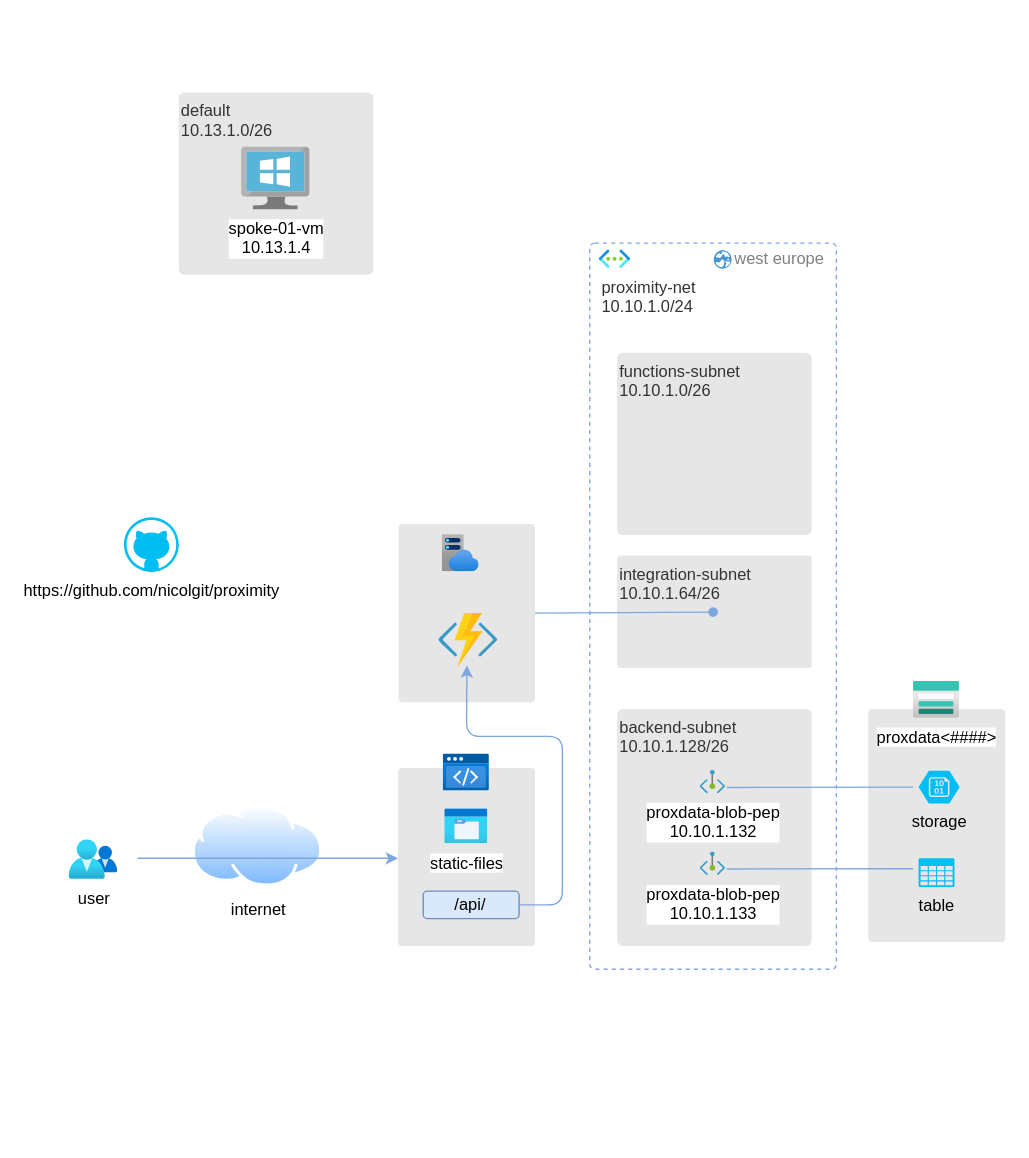
nicolgit/proximity keeps this draw.io diagram as deployment/architecture.drawio. Above is the earlier version. Source tidied: cells renumbered, new cells numbered last; positions are measured from the earlier drawing's top-left corner, leaving out a move shared by most shapes. Both pictures are drawn from the tidied source at 137%, with x=0, y=0 at pixel (68, 92).
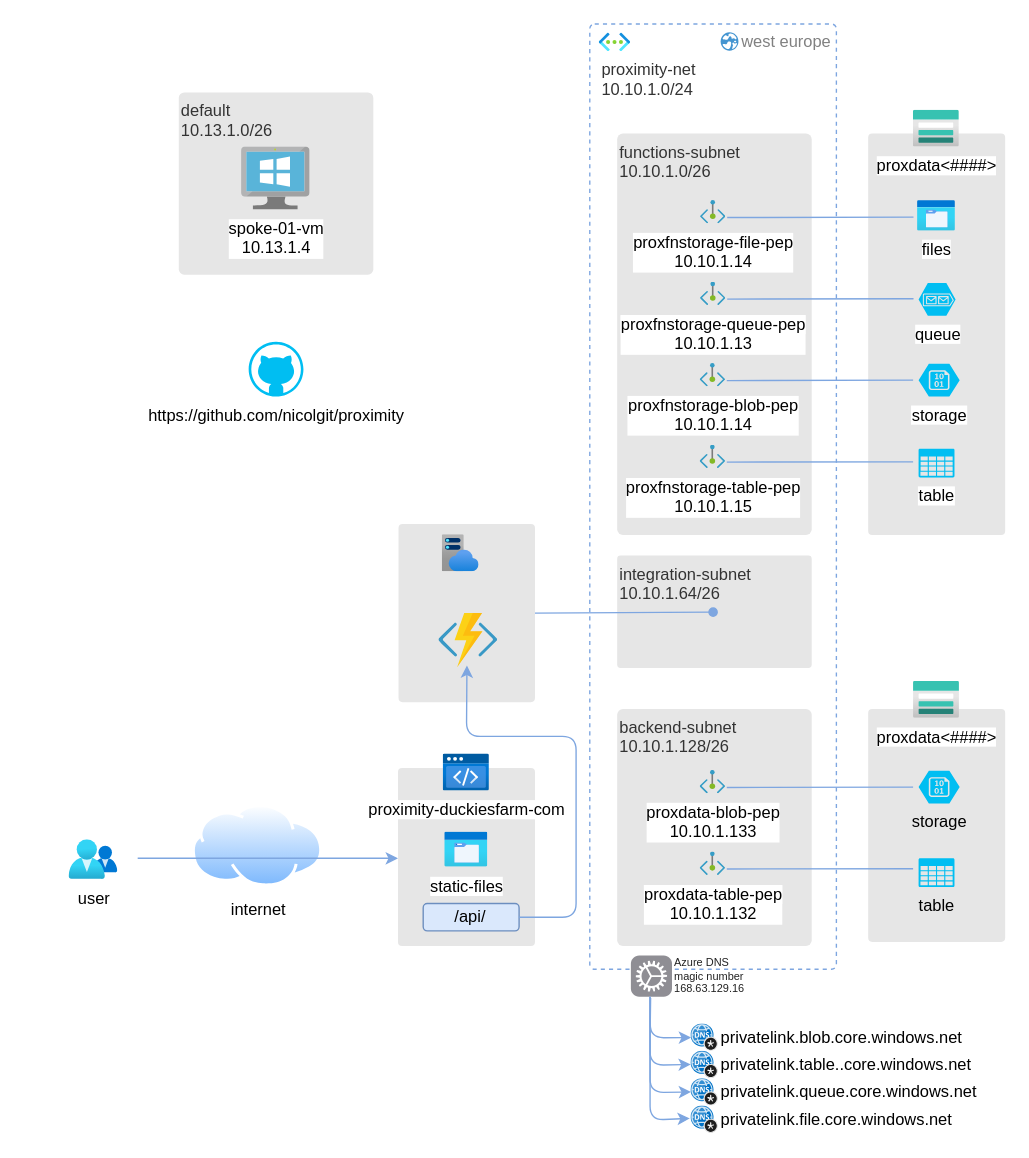
Above is the later version.

Commit message (it also covers changes not shown here):
architecture and deployment

Unchanged cells that the change refers to:
```xml
<mxCell id="14" style="image;sketch=0;html=1;points=[];align=center;fontSize=12;image=img/lib/mscae/Functions.svg;" parent="1" vertex="1">
  <mxGeometry x="270" y="380.5" width="42.9" height="39.5" as="geometry" />
</mxCell>
```

Diff of the diagram source:
```diff
@@
     <mxCell id="5" style="rounded=1;whiteSpace=wrap;html=1;fontSize=16;dashed=1;strokeColor=#7EA6E0;arcSize=2;fontFamily=Helvetica;" parent="1" vertex="1">
-      <mxGeometry x="380" y="110" width="180" height="530" as="geometry" />
+      <mxGeometry x="380" y="-50" width="180" height="690" as="geometry" />
     </mxCell>
     <mxCell id="6" value="proximity-net&lt;br&gt;10.10.1.0/24" style="html=1;align=left;image;fontSize=12;image=img/lib/azure2/networking/Virtual_Networks.svg;fontColor=#333333;fontFamily=Helvetica;" parent="1" vertex="1">
-      <mxGeometry x="387" y="115" width="23" height="13.7" as="geometry" />
+      <mxGeometry x="387" y="-43.2" width="23" height="13.7" as="geometry" />
     </mxCell>
     <mxCell id="7" value="functions-subnet&lt;br&gt;10.10.1.0/26" style="rounded=1;whiteSpace=wrap;html=1;fontSize=12;arcSize=3;strokeColor=none;fillColor=#E6E6E6;align=left;verticalAlign=top;fontColor=#333333;fontFamily=Helvetica;" parent="1" vertex="1">
-      <mxGeometry x="400" y="190" width="142" height="133" as="geometry" />
+      <mxGeometry x="400" y="30" width="142" height="293" as="geometry" />
     </mxCell>
@@
     <mxCell id="11" value="west europe" style="shadow=0;dashed=0;html=1;strokeColor=none;fillColor=#4495D1;labelPosition=right;verticalLabelPosition=middle;verticalAlign=middle;align=left;shape=mxgraph.veeam.globe;fontSize=12;fontColor=#808080;direction=south;rotation=0;fontFamily=Helvetica;" parent="1" vertex="1">
-      <mxGeometry x="470.5" y="115.2" width="13" height="13.5" as="geometry" />
+      <mxGeometry x="475.5" y="-44" width="13" height="13.5" as="geometry" />
     </mxCell>
@@
-    <mxCell id="16" style="image;html=1;align=center;fontSize=12;image=img/lib/azure2/preview/Static_Apps.svg;" parent="1" vertex="1">
+    <mxCell id="16" value="proximity-duckiesfarm-com" style="image;html=1;align=center;fontSize=12;image=img/lib/azure2/preview/Static_Apps.svg;" parent="1" vertex="1">
       <mxGeometry x="273.1" y="483" width="33.8" height="27" as="geometry" />
     </mxCell>
     <mxCell id="17" value="static-files" style="image;html=1;align=center;fontSize=12;image=img/lib/azure2/general/Storage_Azure_Files.svg;" parent="1" vertex="1">
-      <mxGeometry x="274.3" y="523" width="31.4" height="25.6" as="geometry" />
+      <mxGeometry x="274.3" y="540" width="31.4" height="25.6" as="geometry" />
     </mxCell>
     <mxCell id="18" value="/api/" style="rounded=1;whiteSpace=wrap;html=1;fillColor=#dae8fc;strokeColor=#6c8ebf;" parent="1" vertex="1">
-      <mxGeometry x="258.4" y="583" width="70" height="20" as="geometry" />
+      <mxGeometry x="258.4" y="592" width="70" height="20" as="geometry" />
     </mxCell>
@@
     <mxCell id="23" style="endArrow=classic;html=1;rounded=1;entryX=0.474;entryY=0.956;entryDx=0;entryDy=0;entryPerimeter=0;curved=0;strokeColor=#7EA6E0;exitX=1;exitY=0.5;exitDx=0;exitDy=0;" parent="1" edge="1" source="18" target="14">
       <mxGeometry relative="1" as="geometry">
         <Array as="points">
-          <mxPoint x="360" y="593" />
-          <mxPoint x="360" y="470" />
+          <mxPoint x="370" y="602" />
+          <mxPoint x="370" y="470" />
           <mxPoint x="290" y="470" />
         </Array>
       </mxGeometry>
     </mxCell>
@@
-    <mxCell id="27" value="&lt;div&gt;proxdata-blob-pep&lt;/div&gt;&lt;div&gt;10.10.1.132&lt;/div&gt;" style="image;html=1;align=center;fontSize=12;image=img/lib/azure2/networking/Private_Endpoint.svg;" parent="1" vertex="1">
+    <mxCell id="27" value="&lt;div&gt;proxdata-blob-pep&lt;/div&gt;&lt;div&gt;10.10.1.133&lt;/div&gt;" style="image;html=1;align=center;fontSize=12;image=img/lib/azure2/networking/Private_Endpoint.svg;" parent="1" vertex="1">
       <mxGeometry x="460.7" y="495" width="18.5" height="17" as="geometry" />
     </mxCell>
@@
-    <mxCell id="29" value="&lt;div&gt;&lt;span style=&quot;background-color: light-dark(#ffffff, var(--ge-dark-color, #121212)); color: light-dark(rgb(0, 0, 0), rgb(255, 255, 255));&quot;&gt;proxdata-blob-pep&lt;/span&gt;&lt;/div&gt;&lt;div&gt;10.10.1.133&lt;/div&gt;" style="image;html=1;align=center;fontSize=12;image=img/lib/azure2/networking/Private_Endpoint.svg;" parent="1" vertex="1">
+    <mxCell id="29" value="&lt;div&gt;&lt;span style=&quot;background-color: light-dark(#ffffff, var(--ge-dark-color, #121212)); color: light-dark(rgb(0, 0, 0), rgb(255, 255, 255));&quot;&gt;proxdata-table-pep&lt;/span&gt;&lt;/div&gt;&lt;div&gt;10.10.1.132&lt;/div&gt;" style="image;html=1;align=center;fontSize=12;image=img/lib/azure2/networking/Private_Endpoint.svg;" parent="1" vertex="1">
       <mxGeometry x="460.7" y="554.6" width="18.5" height="17" as="geometry" />
     </mxCell>
@@
     <mxCell id="31" value="&lt;div&gt;&lt;span style=&quot;background-color: transparent; color: light-dark(rgb(0, 0, 0), rgb(255, 255, 255));&quot;&gt;https://github.com/nicolgit/proximity&lt;/span&gt;&lt;/div&gt;" style="verticalLabelPosition=bottom;html=1;verticalAlign=top;align=center;strokeColor=none;fillColor=#00BEF2;shape=mxgraph.azure.github_code;labelPosition=center;" parent="1" vertex="1">
-      <mxGeometry x="40" y="310" width="40" height="40" as="geometry" />
+      <mxGeometry x="131" y="182" width="40" height="40" as="geometry" />
     </mxCell>
+    <mxCell id="32" style="rounded=1;whiteSpace=wrap;html=1;fontSize=12;arcSize=3;strokeColor=none;fillColor=#E6E6E6;align=left;verticalAlign=top;fontColor=#333333;fontFamily=Helvetica;" parent="1" vertex="1">
+      <mxGeometry x="583.2" y="30" width="100" height="293" as="geometry" />
+    </mxCell>
+    <mxCell id="33" value="table" style="verticalLabelPosition=bottom;html=1;verticalAlign=top;align=center;strokeColor=none;fillColor=#00BEF2;shape=mxgraph.azure.storage;labelBackgroundColor=default;" parent="1" vertex="1">
+      <mxGeometry x="620" y="260" width="26.2" height="21" as="geometry" />
+    </mxCell>
+    <mxCell id="34" value="storage" style="verticalLabelPosition=bottom;html=1;verticalAlign=top;align=center;strokeColor=none;fillColor=#00BEF2;shape=mxgraph.azure.storage_blob;labelBackgroundColor=default;" parent="1" vertex="1">
+      <mxGeometry x="620" y="198" width="30" height="24" as="geometry" />
+    </mxCell>
+    <mxCell id="35" value="proxdata&amp;lt;####&amp;gt;" style="image;html=1;align=center;fontSize=12;image=img/lib/azure2/storage/Storage_Accounts.svg;" parent="1" vertex="1">
+      <mxGeometry x="616.3" y="13.1" width="33.6" height="26.9" as="geometry" />
+    </mxCell>
+    <mxCell id="36" value="&lt;div&gt;proxfnstorage-blob-pep&lt;/div&gt;&lt;div&gt;10.10.1.14&lt;/div&gt;" style="image;html=1;align=center;fontSize=12;image=img/lib/azure2/networking/Private_Endpoint.svg;" parent="1" vertex="1">
+      <mxGeometry x="460.7" y="198" width="18.5" height="17" as="geometry" />
+    </mxCell>
+    <mxCell id="37" style="endArrow=none;html=1;rounded=1;curved=0;strokeColor=#7EA6E0;exitX=0.493;exitY=0.451;exitDx=0;exitDy=0;endFill=0;exitPerimeter=0;" parent="1" edge="1">
+      <mxGeometry relative="1" as="geometry">
+        <mxPoint x="480" y="210.3" as="sourcePoint" />
+        <mxPoint x="616" y="210" as="targetPoint" />
+      </mxGeometry>
+    </mxCell>
+    <mxCell id="38" value="&lt;div&gt;&lt;span style=&quot;background-color: light-dark(#ffffff, var(--ge-dark-color, #121212)); color: light-dark(rgb(0, 0, 0), rgb(255, 255, 255));&quot;&gt;proxfnstorage-table-pep&lt;/span&gt;&lt;/div&gt;&lt;div&gt;10.10.1.15&lt;/div&gt;" style="image;html=1;align=center;fontSize=12;image=img/lib/azure2/networking/Private_Endpoint.svg;" parent="1" vertex="1">
+      <mxGeometry x="460.7" y="257.6" width="18.5" height="17" as="geometry" />
+    </mxCell>
+    <mxCell id="39" style="endArrow=none;html=1;rounded=1;curved=0;strokeColor=#7EA6E0;exitX=0.493;exitY=0.451;exitDx=0;exitDy=0;endFill=0;exitPerimeter=0;" parent="1" edge="1">
+      <mxGeometry relative="1" as="geometry">
+        <mxPoint x="480" y="269.8" as="sourcePoint" />
+        <mxPoint x="616" y="269.6" as="targetPoint" />
+      </mxGeometry>
+    </mxCell>
+    <mxCell id="40" value="queue" style="verticalLabelPosition=bottom;html=1;verticalAlign=top;align=center;strokeColor=none;fillColor=#00BEF2;shape=mxgraph.azure.storage_queue;labelBackgroundColor=default;" parent="1" vertex="1">
+      <mxGeometry x="620" y="139" width="27" height="24" as="geometry" />
+    </mxCell>
+    <mxCell id="41" value="files" style="image;html=1;align=center;fontSize=12;image=img/lib/azure2/general/Storage_Azure_Files.svg;" parent="1" vertex="1">
+      <mxGeometry x="619.4" y="79" width="27.6" height="22.4" as="geometry" />
+    </mxCell>
+    <mxCell id="42" value="&lt;div&gt;proxfnstorage-file-pep&lt;/div&gt;&lt;div&gt;10.10.1.14&lt;/div&gt;" style="image;html=1;align=center;fontSize=12;image=img/lib/azure2/networking/Private_Endpoint.svg;" parent="1" vertex="1">
+      <mxGeometry x="461" y="79" width="18.5" height="17" as="geometry" />
+    </mxCell>
+    <mxCell id="43" style="endArrow=none;html=1;rounded=1;curved=0;strokeColor=#7EA6E0;exitX=0.493;exitY=0.451;exitDx=0;exitDy=0;endFill=0;exitPerimeter=0;" parent="1" edge="1">
+      <mxGeometry relative="1" as="geometry">
+        <mxPoint x="480.3" y="91.3" as="sourcePoint" />
+        <mxPoint x="616.3" y="91" as="targetPoint" />
+      </mxGeometry>
+    </mxCell>
+    <mxCell id="44" value="&lt;div&gt;&lt;span style=&quot;background-color: light-dark(#ffffff, var(--ge-dark-color, #121212)); color: light-dark(rgb(0, 0, 0), rgb(255, 255, 255));&quot;&gt;proxfnstorage-queue-pep&lt;/span&gt;&lt;/div&gt;&lt;div&gt;10.10.1.13&lt;/div&gt;" style="image;html=1;align=center;fontSize=12;image=img/lib/azure2/networking/Private_Endpoint.svg;" parent="1" vertex="1">
+      <mxGeometry x="461" y="138.6" width="18.5" height="17" as="geometry" />
+    </mxCell>
+    <mxCell id="45" style="endArrow=none;html=1;rounded=1;curved=0;strokeColor=#7EA6E0;exitX=0.493;exitY=0.451;exitDx=0;exitDy=0;endFill=0;exitPerimeter=0;" parent="1" edge="1">
+      <mxGeometry relative="1" as="geometry">
+        <mxPoint x="480.3" y="150.8" as="sourcePoint" />
+        <mxPoint x="616.3" y="150.6" as="targetPoint" />
+      </mxGeometry>
+    </mxCell>
+    <mxCell id="46" value="privatelink.blob.core.windows.net" style="image;sketch=0;html=1;points=[];align=left;fontSize=12;image=img/lib/mscae/DNS_Private_Zones.svg;labelPosition=right;verticalLabelPosition=middle;verticalAlign=middle;" parent="1" vertex="1">
+      <mxGeometry x="454" y="680" width="20" height="20" as="geometry" />
+    </mxCell>
+    <mxCell id="47" value="Azure DNS magic number&lt;div&gt;168.63.129.16&lt;/div&gt;" style="html=1;strokeWidth=1;shadow=0;dashed=0;shape=mxgraph.ios7.misc.settings;fillColor=#8F8E94;strokeColor=none;buttonText=;strokeColor2=#222222;fontColor=#222222;fontSize=8;verticalLabelPosition=middle;verticalAlign=middle;align=left;sketch=0;labelPosition=right;whiteSpace=wrap;" parent="1" vertex="1">
+      <mxGeometry x="410" y="630" width="30" height="30" as="geometry" />
+    </mxCell>
+    <mxCell id="48" value="privatelink.table..core.windows.net" style="image;sketch=0;html=1;points=[];align=left;fontSize=12;image=img/lib/mscae/DNS_Private_Zones.svg;labelPosition=right;verticalLabelPosition=middle;verticalAlign=middle;" parent="1" vertex="1">
+      <mxGeometry x="454" y="700" width="20" height="20" as="geometry" />
+    </mxCell>
+    <mxCell id="49" value="privatelink.queue.core.windows.net" style="image;sketch=0;html=1;points=[];align=left;fontSize=12;image=img/lib/mscae/DNS_Private_Zones.svg;labelPosition=right;verticalLabelPosition=middle;verticalAlign=middle;" parent="1" vertex="1">
+      <mxGeometry x="454" y="720" width="20" height="20" as="geometry" />
+    </mxCell>
+    <mxCell id="50" value="privatelink.file.core.windows.net" style="image;sketch=0;html=1;points=[];align=left;fontSize=12;image=img/lib/mscae/DNS_Private_Zones.svg;labelPosition=right;verticalLabelPosition=middle;verticalAlign=middle;" parent="1" vertex="1">
+      <mxGeometry x="454" y="740" width="20" height="20" as="geometry" />
+    </mxCell>
+    <mxCell id="51" style="endArrow=classic;html=1;rounded=1;curved=0;strokeColor=#7EA6E0;exitX=0.48;exitY=1.031;exitDx=0;exitDy=0;exitPerimeter=0;entryX=-0.002;entryY=0.491;entryDx=0;entryDy=0;entryPerimeter=0;" parent="1" edge="1" source="47" target="46">
+      <mxGeometry relative="1" as="geometry">
+        <Array as="points">
+          <mxPoint x="424" y="690" />
+        </Array>
+      </mxGeometry>
+    </mxCell>
+    <mxCell id="52" style="endArrow=classic;html=1;rounded=1;curved=0;strokeColor=#7EA6E0;exitX=0.48;exitY=1.031;exitDx=0;exitDy=0;exitPerimeter=0;entryX=-0.011;entryY=0.475;entryDx=0;entryDy=0;entryPerimeter=0;" parent="1" edge="1" target="48">
+      <mxGeometry relative="1" as="geometry">
+        <mxPoint x="424" y="660" as="sourcePoint" />
+        <Array as="points">
+          <mxPoint x="424" y="710" />
+        </Array>
+      </mxGeometry>
+    </mxCell>
+    <mxCell id="53" style="endArrow=classic;html=1;rounded=1;curved=0;strokeColor=#7EA6E0;exitX=0.48;exitY=1.031;exitDx=0;exitDy=0;exitPerimeter=0;entryX=-0.002;entryY=0.477;entryDx=0;entryDy=0;entryPerimeter=0;" parent="1" edge="1" target="49">
+      <mxGeometry relative="1" as="geometry">
+        <mxPoint x="424" y="660" as="sourcePoint" />
+        <Array as="points">
+          <mxPoint x="424" y="730" />
+        </Array>
+      </mxGeometry>
+    </mxCell>
+    <mxCell id="54" style="endArrow=classic;html=1;rounded=1;curved=0;strokeColor=#7EA6E0;entryX=-0.048;entryY=0.443;entryDx=0;entryDy=0;entryPerimeter=0;" parent="1" edge="1" target="50">
+      <mxGeometry relative="1" as="geometry">
+        <mxPoint x="424" y="660" as="sourcePoint" />
+        <Array as="points">
+          <mxPoint x="424" y="750" />
+        </Array>
+      </mxGeometry>
+    </mxCell>
```
